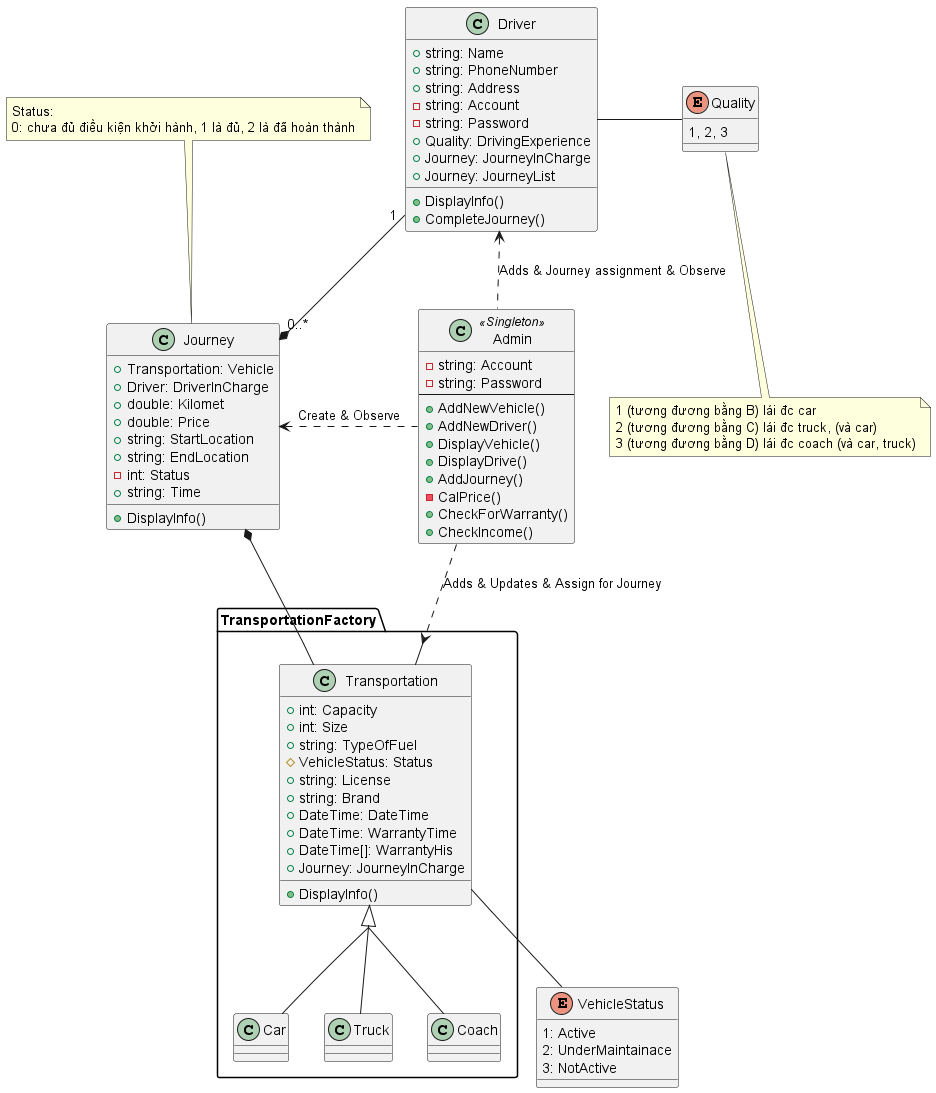
Above: out/Diagram/BTL-LTNC/quan_ly_xe.png in SirGreen/BTL-LTNC (PlantUML), before the change.
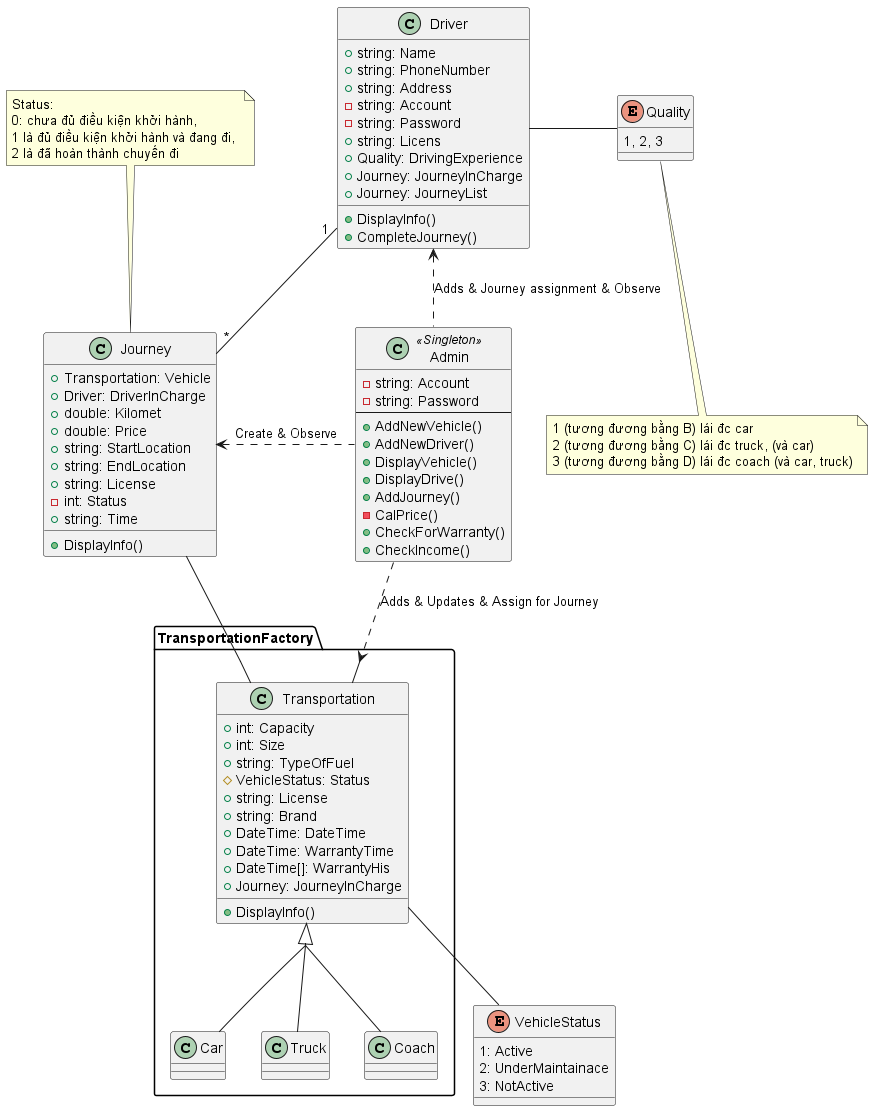
The same file after the commit.

What changed in the source:
```diff
@@ -38,6 +38,7 @@
     + string: Address
     - string: Account
     - string: Password
+    + string: Licens
     + Quality: DrivingExperience
     + Journey: JourneyInCharge
     + Journey: JourneyList
@@ -52,6 +53,7 @@
     + double: Price
     + string: StartLocation
     + string: EndLocation
+    + string: License
     - int: Status
     + string: Time
     + DisplayInfo()
@@ -59,7 +61,9 @@
 
 note top of Journey
 Status:
-0: chưa đủ điều kiện khởi hành, 1 là đủ, 2 là đã hoàn thành
+0: chưa đủ điều kiện khởi hành,
+1 là đủ điều kiện khởi hành và đang đi,
+2 là đã hoàn thành chuyến đi
 end note
 
 class Admin <<Singleton>>{
@@ -90,10 +94,10 @@
 Transportation <|-- Car
 Transportation <|-- Coach
 Driver -right- Quality
-Driver "1"-down-* "0..*"Journey
+Driver "1"-down- "*"Journey
 VehicleStatus -up- Transportation
 Admin -down[dashed]-> Transportation: Adds & Updates & Assign for Journey
 Admin -left[dashed]-> Driver: Adds & Journey assignment & Observe
 Journey <-right[dashed]- Admin: Create & Observe
-Transportation -left-*Journey
+Transportation -left- Journey
 @enduml
```
